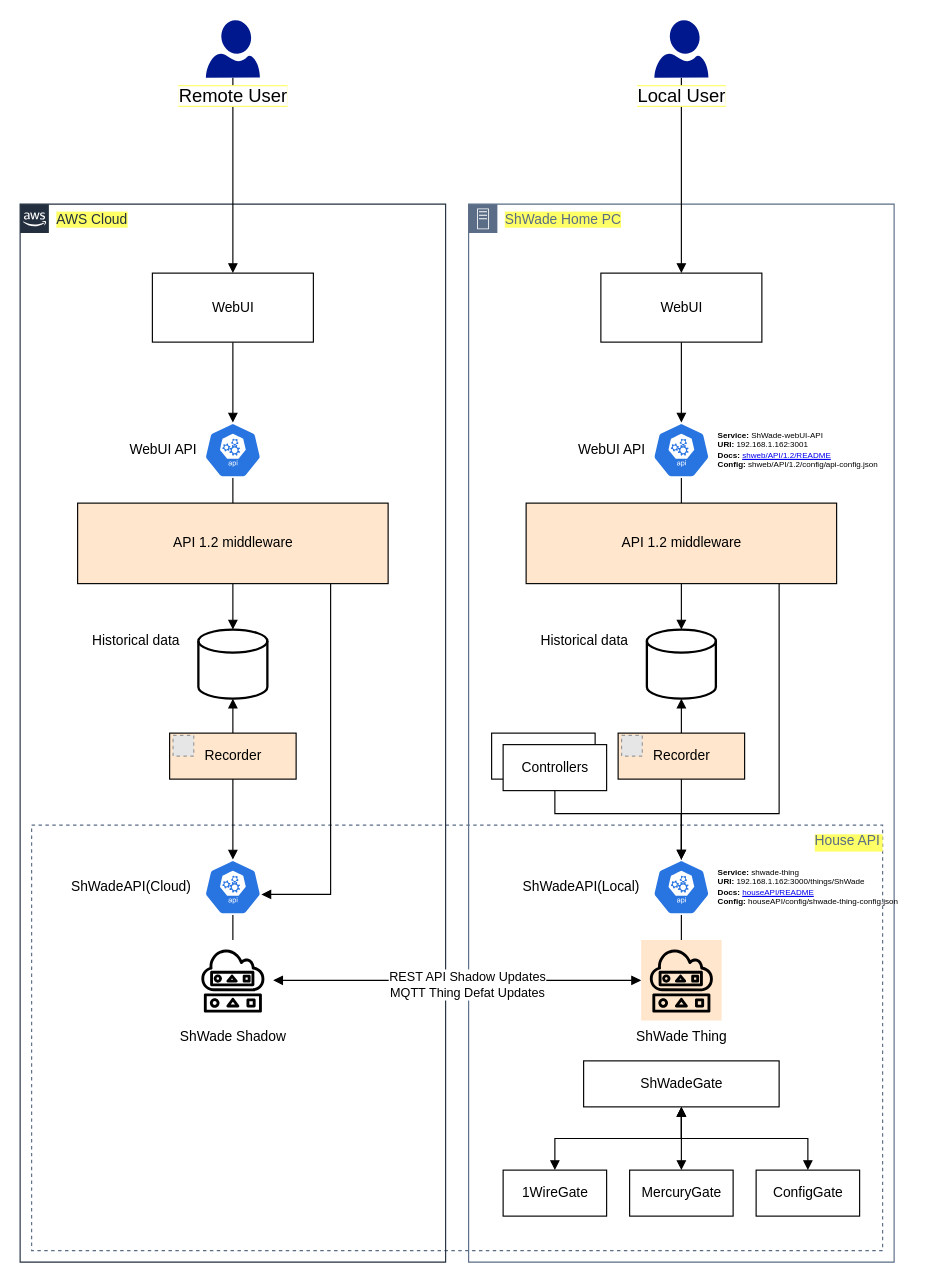
Shden/Shden keeps this draw.io diagram as doc/ShWade architecture.drawio. Above is the earlier version. Source tidied: cells renumbered, new cells numbered last; positions are measured from the earlier drawing's top-left corner, leaving out a move shared by most shapes. Both pictures are drawn from the tidied source at 115%, with x=0, y=0 at pixel (20, 20). Pictures stored in the file or linked from it are replaced by grey dashed boxes.
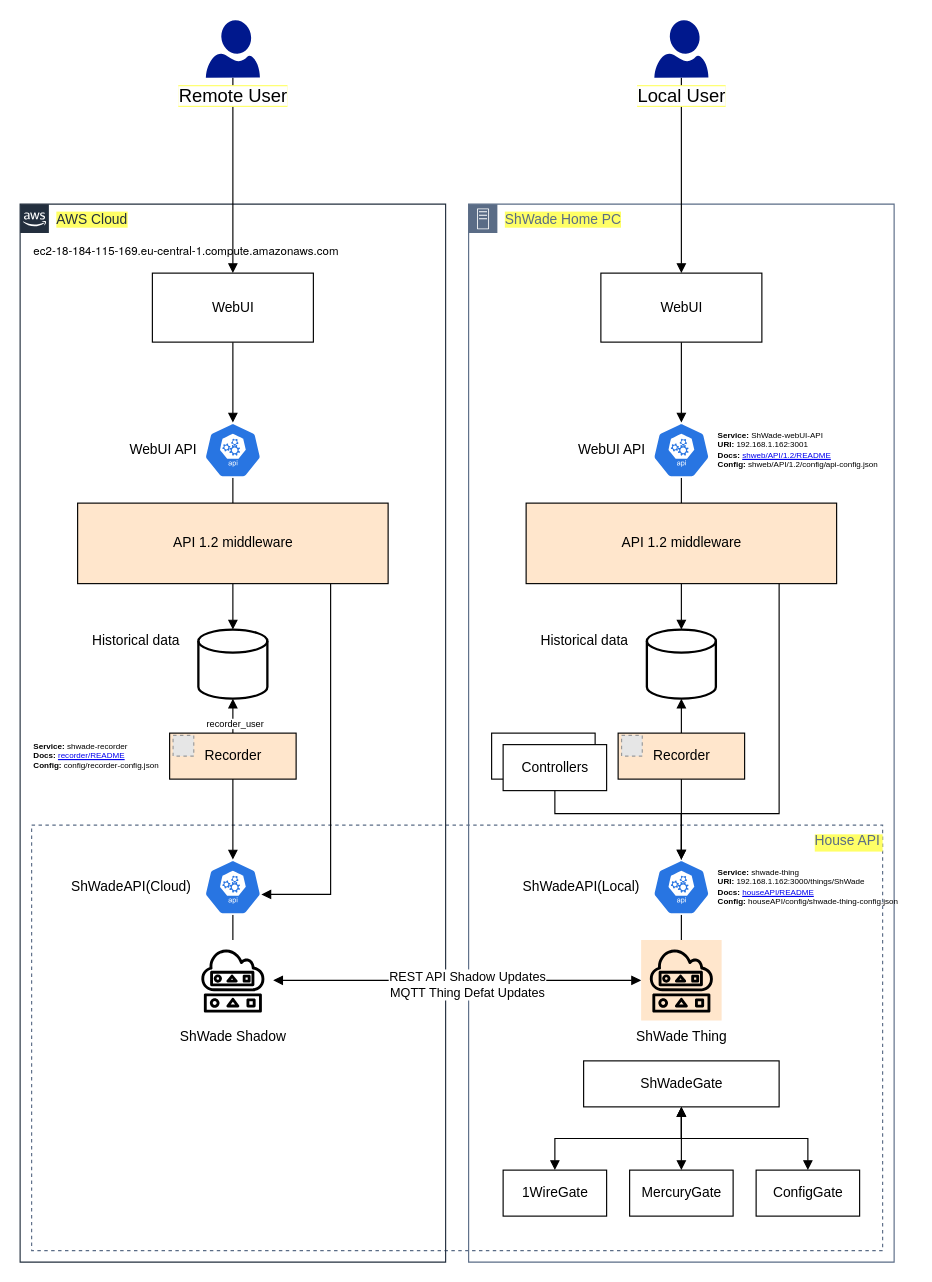
The same page after the edit.

Commit message:
recorder info

The change refers to these unchanged cells:
```xml
<mxCell id="46" style="edgeStyle=orthogonalEdgeStyle;rounded=0;jettySize=auto;html=1;entryX=0.5;entryY=0;entryDx=0;entryDy=0;startArrow=block;startFill=1;endArrow=none;endFill=0;fontSize=16;" parent="1" edge="1" source="47" target="44">
  <mxGeometry relative="1" as="geometry" />
</mxCell>
```

Diff of the diagram source:
```diff
@@
+    <mxCell id="59" value="recorder_user" style="edgeLabel;html=1;align=center;verticalAlign=middle;fontSize=8;" parent="46" vertex="1">
+      <mxGeometry x="0.62" y="1" relative="1" as="geometry" />
+    </mxCell>
@@
+    <mxCell id="60" value="&lt;div style=&quot;font-size: 7px&quot;&gt;&lt;font style=&quot;font-size: 7px&quot;&gt;&lt;b&gt;Service:&lt;/b&gt;&amp;nbsp;shwade-recorder&lt;/font&gt;&lt;/div&gt;&lt;font style=&quot;font-size: 7px&quot;&gt;&lt;div&gt;&lt;b&gt;Docs:&lt;/b&gt;&amp;nbsp;&lt;a href=&quot;https://github.com/Shden/Shden/blob/aws-iot/recorder/README&quot;&gt;recorder/README&lt;/a&gt;&lt;/div&gt;&lt;div&gt;&lt;b&gt;Config:&amp;nbsp;&lt;/b&gt;config/recorder-config.json&lt;/div&gt;&lt;/font&gt;" style="text;html=1;align=left;verticalAlign=middle;fillColor=none;strokeColor=none;rounded=0;fontSize=8;" parent="1" vertex="1">
+      <mxGeometry x="10" y="620" width="120" height="40" as="geometry" />
+    </mxCell>
+    <mxCell id="61" value="&lt;p style=&quot;margin: 0px ; font-stretch: normal ; line-height: normal ; font-family: &amp;#34;helvetica neue&amp;#34;&quot;&gt;&lt;font style=&quot;font-size: 10px&quot;&gt;ec2-18-184-115-169.eu-central-1.compute.amazonaws.com&lt;/font&gt;&lt;/p&gt;" style="text;html=1;align=left;verticalAlign=middle;fillColor=none;strokeColor=none;rounded=0;fontSize=8;" parent="1" vertex="1">
+      <mxGeometry x="10" y="190" width="290" height="20" as="geometry" />
+    </mxCell>
```
